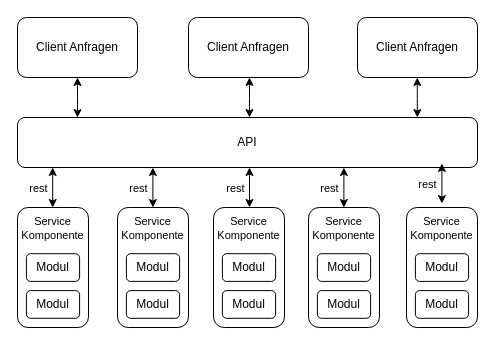
Earlier version of the draw.io diagram src/images/microservices/microservices.drawio (Beleg-6-EAP/Belegarbeit). Source tidied: cells renumbered, new cells numbered last; positions are measured from the earlier drawing's top-left corner, leaving out a move shared by most shapes. Both pictures are drawn from the tidied source at 100%, with x=0, y=0 at pixel (17, 17).
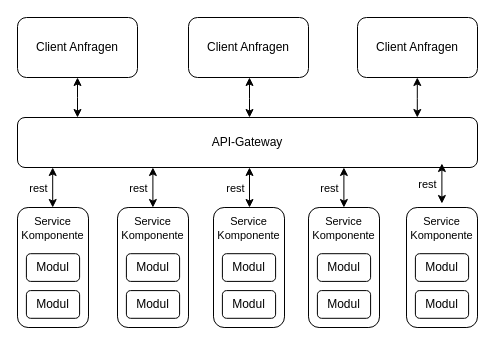
After the change.

Change to the diagram source:
```diff
@@
-    <mxCell id="5" value="API" style="rounded=1;whiteSpace=wrap;html=1;" parent="1" vertex="1">
+    <mxCell id="5" value="API-Gateway" style="rounded=1;whiteSpace=wrap;html=1;" parent="1" vertex="1">
       <mxGeometry y="100" width="460" height="50" as="geometry" />
     </mxCell>
```
